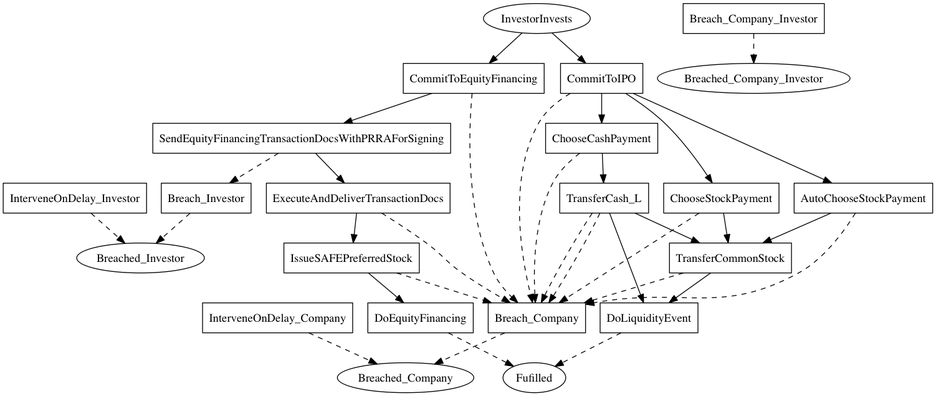
This is linear_state_machine_language/pyL4/examples/out_graphviz/toy_and_teaching/tutorialSAFE.png from Marcao02/complaw-deeptech, a Graphviz export, as it was before one commit. Its source is kept beside it as linear_state_machine_language/pyL4/examples/out_graphviz/toy_and_teaching/tutorialSAFE.dot.
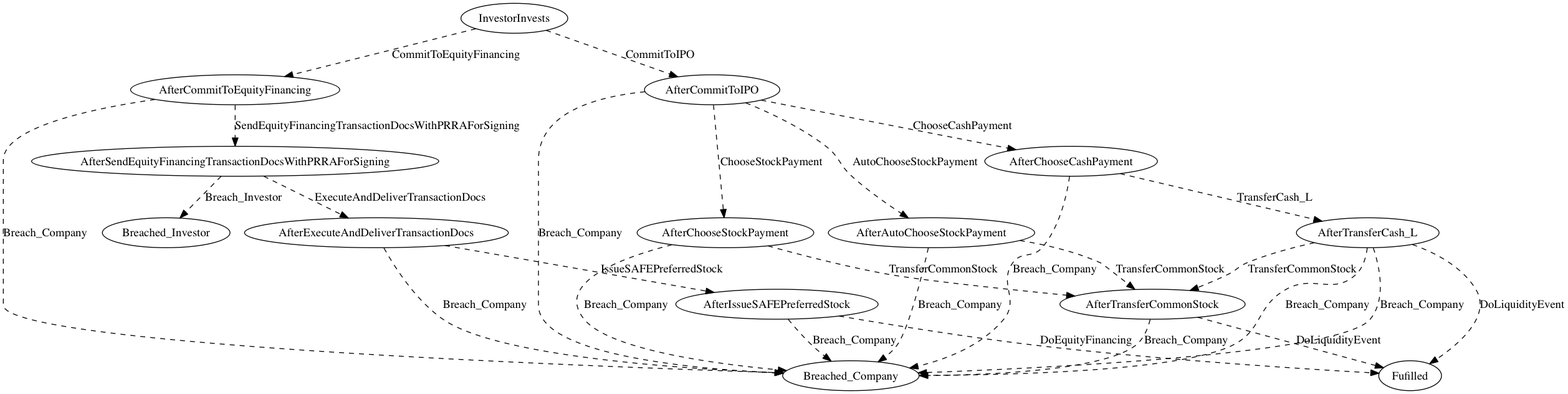
Above is the later version.

The edit, as a diff of the source:
```diff
@@ -1,66 +1,40 @@
 
 digraph safe_tutorial {
     Fulfilled[label=Fufilled];
-    InvestorInvests[label=InvestorInvests];
-	Breached_Investor[label=Breached_Investor];
-	Breached_Company[label=Breached_Company];
-	Breached_Company_Investor[label=Breached_Company_Investor]
-
-
-    CommitToEquityFinancing[label=CommitToEquityFinancing,shape=box];
-	SendEquityFinancingTransactionDocsWithPRRAForSigning[label=SendEquityFinancingTransactionDocsWithPRRAForSigning,shape=box];
-	ExecuteAndDeliverTransactionDocs[label=ExecuteAndDeliverTransactionDocs,shape=box];
-	IssueSAFEPreferredStock[label=IssueSAFEPreferredStock,shape=box];
-	DoEquityFinancing[label=DoEquityFinancing,shape=box];
-	CommitToIPO[label=CommitToIPO,shape=box];
-	AutoChooseStockPayment[label=AutoChooseStockPayment,shape=box];
-	ChooseStockPayment[label=ChooseStockPayment,shape=box];
-	TransferCommonStock[label=TransferCommonStock,shape=box];
-	ChooseCashPayment[label=ChooseCashPayment,shape=box];
-	TransferCash_L[label=TransferCash_L,shape=box];
-	DoLiquidityEvent[label=DoLiquidityEvent,shape=box];
-	Breach_Investor[label=Breach_Investor,shape=box];
-	Breach_Company[label=Breach_Company,shape=box];
-	Breach_Company_Investor[label=Breach_Company_Investor,shape=box];
-	InterveneOnDelay_Investor[label=InterveneOnDelay_Investor,shape=box];
-	InterveneOnDelay_Company[label=InterveneOnDelay_Company,shape=box]
+    InvestorInvests[label=InvestorInvests]
 
 
 
-    InvestorInvests -> CommitToEquityFinancing;
-	InvestorInvests -> CommitToIPO;
-	CommitToEquityFinancing -> SendEquityFinancingTransactionDocsWithPRRAForSigning;
-	CommitToEquityFinancing -> Breach_Company [style=dashed];
-	SendEquityFinancingTransactionDocsWithPRRAForSigning -> ExecuteAndDeliverTransactionDocs;
-	SendEquityFinancingTransactionDocsWithPRRAForSigning -> Breach_Investor [style=dashed];
-	ExecuteAndDeliverTransactionDocs -> IssueSAFEPreferredStock;
-	ExecuteAndDeliverTransactionDocs -> Breach_Company [style=dashed];
-	IssueSAFEPreferredStock -> DoEquityFinancing;
-	IssueSAFEPreferredStock -> Breach_Company [style=dashed];
-	CommitToIPO -> ChooseCashPayment;
-	CommitToIPO -> ChooseStockPayment;
-	CommitToIPO -> AutoChooseStockPayment;
-	CommitToIPO -> Breach_Company [style=dashed];
-	AutoChooseStockPayment -> TransferCommonStock;
-	AutoChooseStockPayment -> Breach_Company [style=dashed];
-	ChooseStockPayment -> TransferCommonStock;
-	ChooseStockPayment -> Breach_Company [style=dashed];
-	TransferCommonStock -> DoLiquidityEvent;
-	TransferCommonStock -> Breach_Company [style=dashed];
-	ChooseCashPayment -> TransferCash_L;
-	ChooseCashPayment -> Breach_Company [style=dashed];
-	TransferCash_L -> TransferCommonStock;
-	TransferCash_L -> Breach_Company [style=dashed];
-	TransferCash_L -> DoLiquidityEvent;
-	TransferCash_L -> Breach_Company [style=dashed]
 
-    DoEquityFinancing -> Fulfilled [style=dashed];
-	DoLiquidityEvent -> Fulfilled [style=dashed];
-	Breach_Investor -> Breached_Investor [style=dashed];
-	Breach_Company -> Breached_Company [style=dashed];
-	Breach_Company_Investor -> Breached_Company_Investor [style=dashed];
-	InterveneOnDelay_Investor -> Breached_Investor [style=dashed];
-	InterveneOnDelay_Company -> Breached_Company [style=dashed];
+
+
+
+    InvestorInvests -> AfterCommitToEquityFinancing [style=dashed,label=CommitToEquityFinancing];
+	InvestorInvests -> AfterCommitToIPO [style=dashed,label=CommitToIPO];
+	AfterCommitToEquityFinancing -> AfterSendEquityFinancingTransactionDocsWithPRRAForSigning [style=dashed,label=SendEquityFinancingTransactionDocsWithPRRAForSigning];
+	AfterCommitToEquityFinancing -> Breached_Company [style=dashed,label=Breach_Company];
+	AfterSendEquityFinancingTransactionDocsWithPRRAForSigning -> AfterExecuteAndDeliverTransactionDocs [style=dashed,label=ExecuteAndDeliverTransactionDocs];
+	AfterSendEquityFinancingTransactionDocsWithPRRAForSigning -> Breached_Investor [style=dashed,label=Breach_Investor];
+	AfterExecuteAndDeliverTransactionDocs -> AfterIssueSAFEPreferredStock [style=dashed,label=IssueSAFEPreferredStock];
+	AfterExecuteAndDeliverTransactionDocs -> Breached_Company [style=dashed,label=Breach_Company];
+	AfterIssueSAFEPreferredStock -> Fulfilled [style=dashed,label=DoEquityFinancing];
+	AfterIssueSAFEPreferredStock -> Breached_Company [style=dashed,label=Breach_Company];
+	AfterCommitToIPO -> AfterChooseCashPayment [style=dashed,label=ChooseCashPayment];
+	AfterCommitToIPO -> AfterChooseStockPayment [style=dashed,label=ChooseStockPayment];
+	AfterCommitToIPO -> AfterAutoChooseStockPayment [style=dashed,label=AutoChooseStockPayment];
+	AfterCommitToIPO -> Breached_Company [style=dashed,label=Breach_Company];
+	AfterAutoChooseStockPayment -> AfterTransferCommonStock [style=dashed,label=TransferCommonStock];
+	AfterAutoChooseStockPayment -> Breached_Company [style=dashed,label=Breach_Company];
+	AfterChooseStockPayment -> AfterTransferCommonStock [style=dashed,label=TransferCommonStock];
+	AfterChooseStockPayment -> Breached_Company [style=dashed,label=Breach_Company];
+	AfterTransferCommonStock -> Fulfilled [style=dashed,label=DoLiquidityEvent];
+	AfterTransferCommonStock -> Breached_Company [style=dashed,label=Breach_Company];
+	AfterChooseCashPayment -> AfterTransferCash_L [style=dashed,label=TransferCash_L];
+	AfterChooseCashPayment -> Breached_Company [style=dashed,label=Breach_Company];
+	AfterTransferCash_L -> AfterTransferCommonStock [style=dashed,label=TransferCommonStock];
+	AfterTransferCash_L -> Breached_Company [style=dashed,label=Breach_Company];
+	AfterTransferCash_L -> Fulfilled [style=dashed,label=DoLiquidityEvent];
+	AfterTransferCash_L -> Breached_Company [style=dashed,label=Breach_Company];
 
 
 
```
